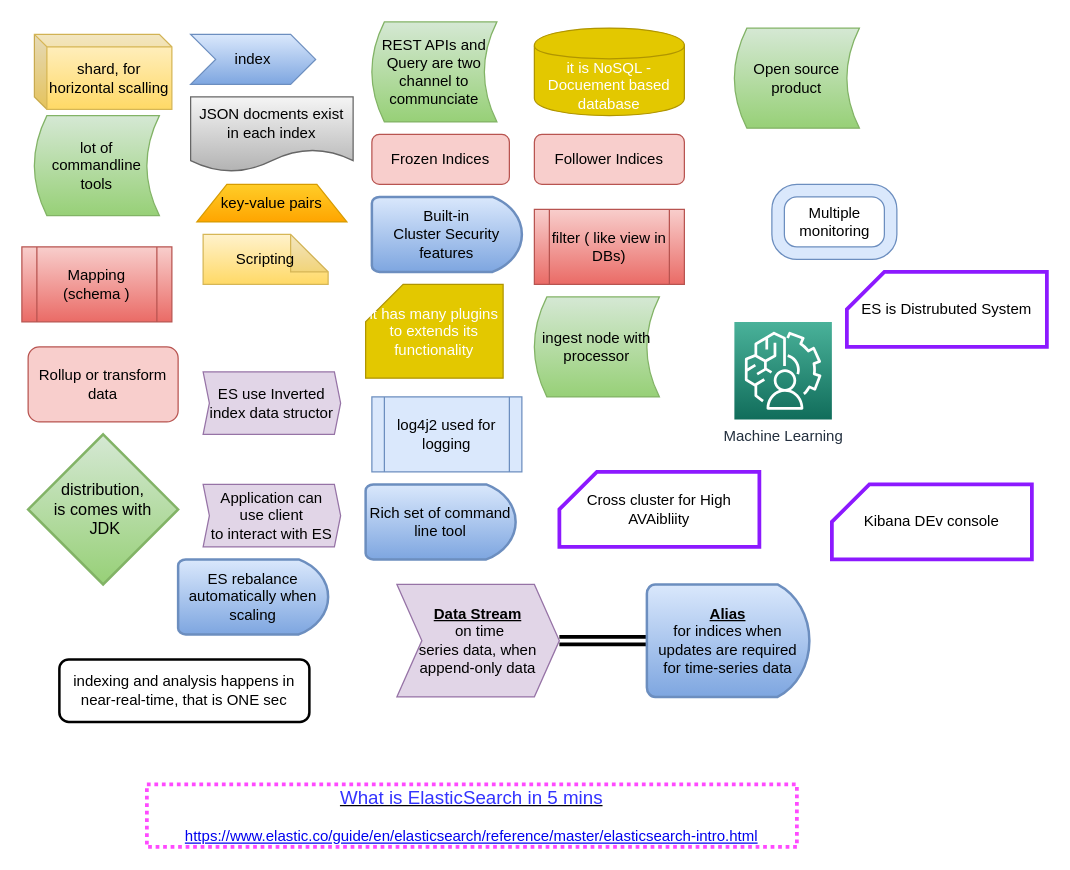
paramothers/books keeps this draw.io diagram as page "ES-General" (1 of 5) of My Articles/elastic stack/Elastic Search Understanding.drawio. Above is the earlier version. Source tidied: cells renumbered, new cells numbered last; positions are measured from the earlier drawing's top-left corner, leaving out a move shared by most shapes. Both pictures are drawn from the tidied source at 125%, with x=0, y=0 at pixel (21, 21).
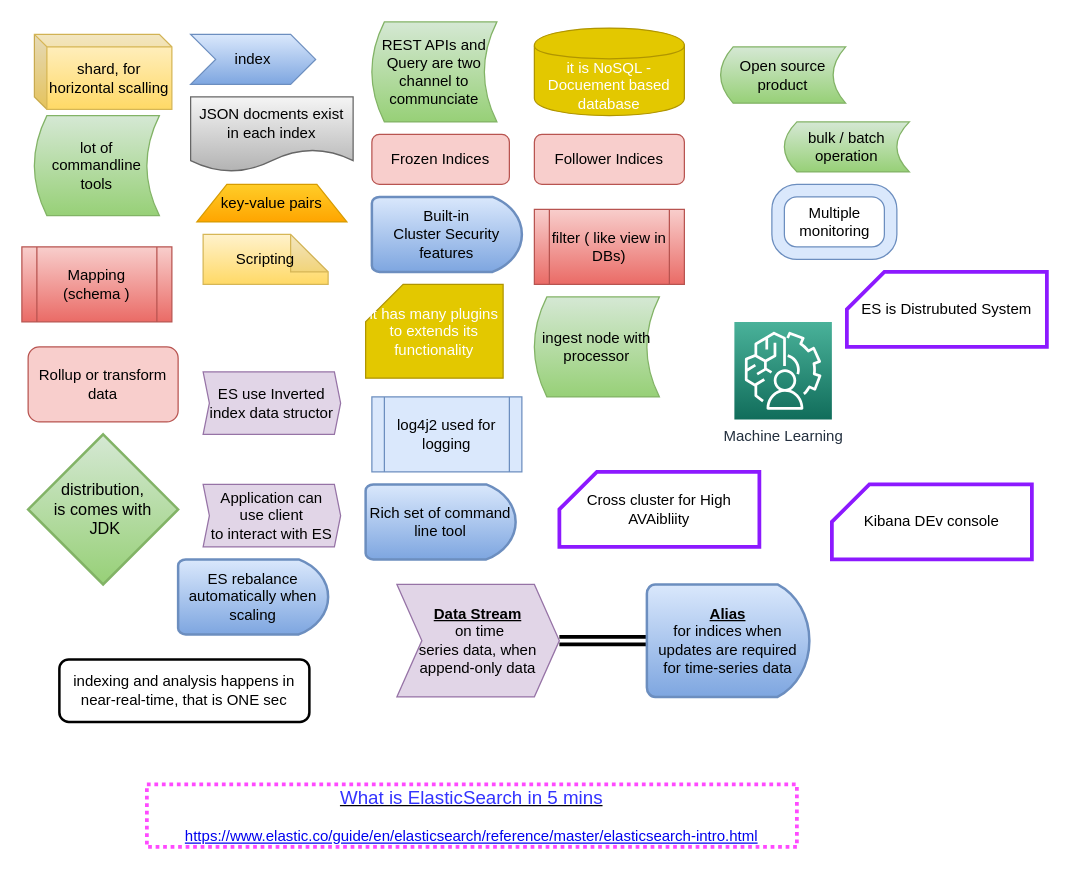
The same diagram, later.

Diff of the diagram source:
```diff
@@
     <mxCell id="24" value="Open source product" style="shape=dataStorage;whiteSpace=wrap;html=1;strokeWidth=1;gradientColor=#97d077;fillColor=#d5e8d4;strokeColor=#82b366;" parent="1" vertex="1">
-      <mxGeometry x="570" y="5" width="100" height="80" as="geometry" />
+      <mxGeometry x="559" y="20" width="100" height="45" as="geometry" />
     </mxCell>
@@
+    <mxCell id="36" value="bulk / batch operation" style="shape=dataStorage;whiteSpace=wrap;html=1;strokeWidth=1;gradientColor=#97d077;fillColor=#d5e8d4;strokeColor=#82b366;" parent="1" vertex="1">
+      <mxGeometry x="610" y="80" width="100" height="40" as="geometry" />
+    </mxCell>
```
